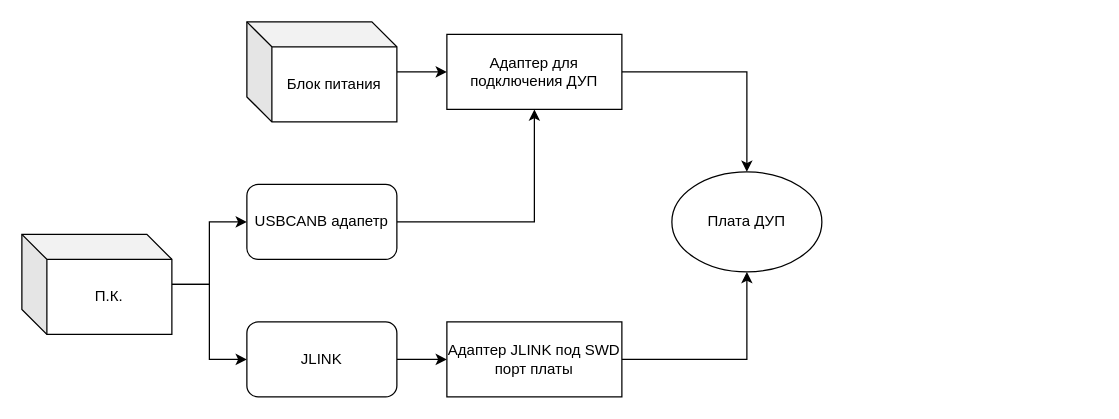
Before: Диаграмма без названия.drawio in hyper-hronoz/BMSTU_FINISH_LINE, a draw.io diagram. Source tidied: cells renumbered, new cells numbered last; positions are measured from the earlier drawing's top-left corner, leaving out a move shared by most shapes. Both pictures are drawn from the tidied source at 125%, with x=0, y=0 at pixel (21, 21).
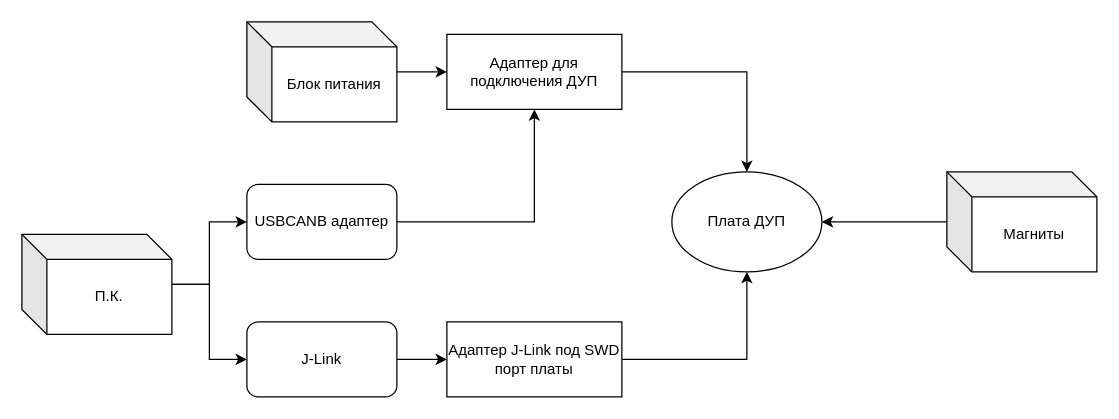
After the change.

Change to the diagram source:
```diff
@@
 <mxGraphModel>
   <root>
     <mxCell id="0" />
     <mxCell id="1" parent="0" />
     <mxCell id="2" style="edgeStyle=orthogonalEdgeStyle;rounded=0;jettySize=auto;html=1;" parent="1" edge="1" source="4" target="6">
       <mxGeometry relative="1" as="geometry" />
     </mxCell>
     <mxCell id="3" style="edgeStyle=orthogonalEdgeStyle;rounded=0;jettySize=auto;html=1;" parent="1" edge="1" source="4" target="8">
       <mxGeometry relative="1" as="geometry" />
     </mxCell>
     <mxCell id="4" value="П.К." style="shape=cube;whiteSpace=wrap;html=1;boundedLbl=1;backgroundOutline=1;darkOpacity=0.05;darkOpacity2=0.1;" parent="1" vertex="1">
       <mxGeometry y="170" width="120" height="80" as="geometry" />
     </mxCell>
     <mxCell id="5" style="edgeStyle=orthogonalEdgeStyle;rounded=0;jettySize=auto;html=1;entryX=0.5;entryY=1;entryDx=0;entryDy=0;" parent="1" edge="1" source="6" target="13">
       <mxGeometry relative="1" as="geometry" />
     </mxCell>
-    <mxCell id="6" value="USBCANB адапетр" style="rounded=1;whiteSpace=wrap;html=1;" parent="1" vertex="1">
+    <mxCell id="6" value="USBCANB адаптер" style="rounded=1;whiteSpace=wrap;html=1;" parent="1" vertex="1">
       <mxGeometry x="180" y="130" width="120" height="60" as="geometry" />
     </mxCell>
     <mxCell id="7" style="edgeStyle=orthogonalEdgeStyle;rounded=0;jettySize=auto;html=1;entryX=0;entryY=0.5;entryDx=0;entryDy=0;" parent="1" edge="1" source="8" target="10">
       <mxGeometry relative="1" as="geometry" />
     </mxCell>
-    <mxCell id="8" value="JLINK" style="rounded=1;whiteSpace=wrap;html=1;" parent="1" vertex="1">
+    <mxCell id="8" value="J-Link" style="rounded=1;whiteSpace=wrap;html=1;" parent="1" vertex="1">
       <mxGeometry x="180" y="240" width="120" height="60" as="geometry" />
     </mxCell>
     <mxCell id="9" style="edgeStyle=orthogonalEdgeStyle;rounded=0;jettySize=auto;html=1;" parent="1" edge="1" source="10" target="11">
       <mxGeometry relative="1" as="geometry" />
     </mxCell>
-    <mxCell id="10" value="Адаптер JLINK под SWD порт платы" style="rounded=0;whiteSpace=wrap;html=1;" parent="1" vertex="1">
+    <mxCell id="10" value="Адаптер J-Link под SWD порт платы" style="rounded=0;whiteSpace=wrap;html=1;" parent="1" vertex="1">
       <mxGeometry x="340" y="240" width="140" height="60" as="geometry" />
     </mxCell>
     <mxCell id="11" value="Плата ДУП" style="ellipse;whiteSpace=wrap;html=1;" parent="1" vertex="1">
       <mxGeometry x="520" y="120" width="120" height="80" as="geometry" />
     </mxCell>
     <mxCell id="12" style="edgeStyle=orthogonalEdgeStyle;rounded=0;jettySize=auto;html=1;" parent="1" edge="1" source="13" target="11">
       <mxGeometry relative="1" as="geometry" />
     </mxCell>
     <mxCell id="13" value="Адаптер для подключения ДУП" style="rounded=0;whiteSpace=wrap;html=1;" parent="1" vertex="1">
       <mxGeometry x="340" y="10" width="140" height="60" as="geometry" />
     </mxCell>
     <mxCell id="14" style="edgeStyle=orthogonalEdgeStyle;rounded=0;jettySize=auto;html=1;entryX=0;entryY=0.5;entryDx=0;entryDy=0;" parent="1" edge="1" source="15" target="13">
       <mxGeometry relative="1" as="geometry" />
     </mxCell>
     <mxCell id="15" value="Блок питания" style="shape=cube;whiteSpace=wrap;html=1;boundedLbl=1;backgroundOutline=1;darkOpacity=0.05;darkOpacity2=0.1;" parent="1" vertex="1">
       <mxGeometry x="180" width="120" height="80" as="geometry" />
     </mxCell>
+    <mxCell id="16" style="edgeStyle=orthogonalEdgeStyle;rounded=0;jettySize=auto;html=1;entryX=1;entryY=0.5;entryDx=0;entryDy=0;" parent="1" edge="1" source="17" target="11">
+      <mxGeometry relative="1" as="geometry" />
+    </mxCell>
+    <mxCell id="17" value="Магниты" style="shape=cube;whiteSpace=wrap;html=1;boundedLbl=1;backgroundOutline=1;darkOpacity=0.05;darkOpacity2=0.1;" parent="1" vertex="1">
+      <mxGeometry x="740" y="120" width="120" height="80" as="geometry" />
+    </mxCell>
   </root>
 </mxGraphModel>
```
